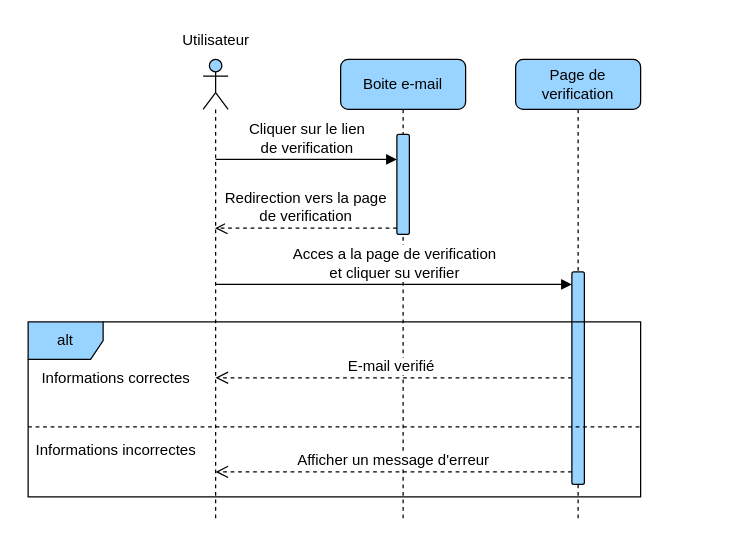
Earlier version of the draw.io diagram page "email-verification" (2 of 6) of diagrams/sequence.drawio (devlotfi/peage-pay). Source tidied: cells renumbered, new cells numbered last; positions are measured from the earlier drawing's top-left corner, leaving out a move shared by most shapes. Both pictures are drawn from the tidied source at 125%, with x=0, y=0 at pixel (21, 21).
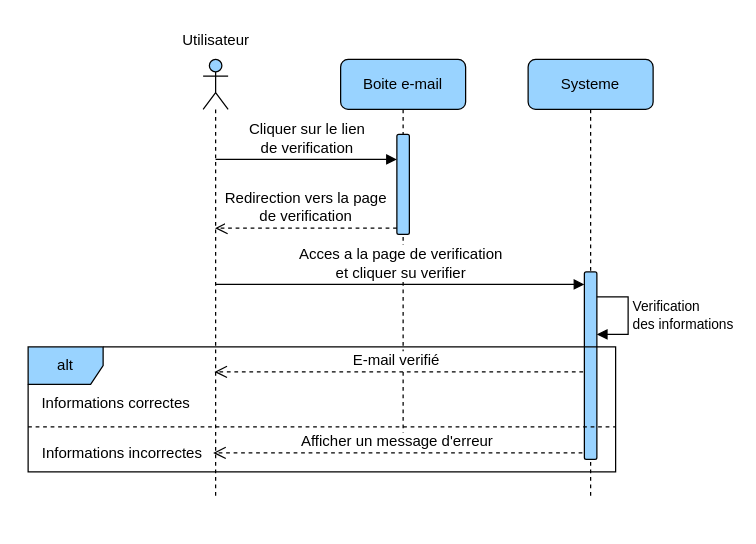
Above is the later version.

What changed in the source:
```diff
@@
     <mxCell id="2" style="shape=umlLifeline;perimeter=lifelinePerimeter;whiteSpace=wrap;html=1;outlineConnect=0;portConstraint=eastwest;newEdgeStyle={&quot;curved&quot;:0,&quot;rounded&quot;:0};participant=umlActor;rounded=1;strokeColor=default;align=center;verticalAlign=middle;fontFamily=Helvetica;fontSize=12;fontColor=default;fontStyle=0;fillColor=#99D3FF;" parent="1" vertex="1">
-      <mxGeometry x="145" y="30" width="20" height="370" as="geometry" />
+      <mxGeometry x="145" y="30" width="20" height="350" as="geometry" />
     </mxCell>
     <mxCell id="3" value="Boite e-mail" style="shape=umlLifeline;perimeter=lifelinePerimeter;whiteSpace=wrap;html=1;newEdgeStyle={&quot;curved&quot;:0,&quot;rounded&quot;:0};rounded=1;strokeColor=default;align=center;verticalAlign=middle;fontFamily=Helvetica;fontSize=12;fontColor=default;fontStyle=0;fillColor=#99D3FF;" parent="1" vertex="1">
-      <mxGeometry x="255" y="30" width="100" height="370" as="geometry" />
+      <mxGeometry x="255" y="30" width="100" height="310" as="geometry" />
     </mxCell>
@@
-    <mxCell id="5" value="Page de verification" style="shape=umlLifeline;perimeter=lifelinePerimeter;whiteSpace=wrap;html=1;newEdgeStyle={&quot;curved&quot;:0,&quot;rounded&quot;:0};rounded=1;strokeColor=default;align=center;verticalAlign=middle;fontFamily=Helvetica;fontSize=12;fontColor=default;fontStyle=0;fillColor=#99D3FF;" parent="1" vertex="1">
-      <mxGeometry x="395" y="30" width="100" height="370" as="geometry" />
+    <mxCell id="5" value="Systeme" style="shape=umlLifeline;perimeter=lifelinePerimeter;whiteSpace=wrap;html=1;newEdgeStyle={&quot;curved&quot;:0,&quot;rounded&quot;:0};rounded=1;strokeColor=default;align=center;verticalAlign=middle;fontFamily=Helvetica;fontSize=12;fontColor=default;fontStyle=0;fillColor=#99D3FF;" parent="1" vertex="1">
+      <mxGeometry x="405" y="30" width="100" height="350" as="geometry" />
     </mxCell>
     <mxCell id="6" style="html=1;points=[[0,0,0,0,5],[0,1,0,0,-5],[1,0,0,0,5],[1,1,0,0,-5]];perimeter=orthogonalPerimeter;outlineConnect=0;targetShapes=umlLifeline;portConstraint=eastwest;newEdgeStyle={&quot;curved&quot;:0,&quot;rounded&quot;:0};rounded=1;strokeColor=default;align=center;verticalAlign=middle;fontFamily=Helvetica;fontSize=12;fontColor=default;fontStyle=0;fillColor=#99D3FF;" parent="5" vertex="1">
-      <mxGeometry x="45" y="170" width="10" height="170" as="geometry" />
+      <mxGeometry x="45" y="170" width="10" height="150" as="geometry" />
     </mxCell>
+    <mxCell id="17" value="Verification&lt;div&gt;des informations&lt;/div&gt;" style="html=1;align=left;spacingLeft=2;endArrow=block;rounded=0;edgeStyle=orthogonalEdgeStyle;curved=0;rounded=0;" parent="5" edge="1" source="6" target="6">
+      <mxGeometry relative="1" as="geometry">
+        <Array as="points">
+          <mxPoint x="80" y="190" />
+          <mxPoint x="80" y="220" />
+        </Array>
+      </mxGeometry>
+    </mxCell>
@@
-    <mxCell id="10" value="E-mail verifié&amp;nbsp;" style="html=1;verticalAlign=bottom;endArrow=open;dashed=1;endSize=8;curved=0;rounded=0;fontFamily=Helvetica;fontSize=12;fontColor=default;fontStyle=0;" parent="1" edge="1" source="6">
+    <mxCell id="10" value="E-mail verifié&amp;nbsp;" style="html=1;verticalAlign=bottom;endArrow=open;dashed=1;endSize=8;curved=0;rounded=0;fontFamily=Helvetica;fontSize=12;fontColor=default;fontStyle=0;" parent="1" edge="1">
       <mxGeometry relative="1" as="geometry">
-        <mxPoint x="154.9" y="284.7" as="targetPoint" />
+        <mxPoint x="449" y="280" as="sourcePoint" />
+        <mxPoint x="154" y="280" as="targetPoint" />
       </mxGeometry>
     </mxCell>
     <mxCell id="11" value="alt" style="shape=umlFrame;whiteSpace=wrap;html=1;rounded=1;strokeColor=default;align=center;verticalAlign=middle;fontFamily=Helvetica;fontSize=12;fontColor=default;fontStyle=0;fillColor=#99D3FF;" parent="1" vertex="1">
-      <mxGeometry x="5" y="240" width="490" height="140" as="geometry" />
+      <mxGeometry x="5" y="260" width="470" height="100" as="geometry" />
     </mxCell>
     <mxCell id="12" value="Informations correctes" style="text;html=1;align=center;verticalAlign=middle;strokeColor=none;fillColor=none;fontFamily=Helvetica;fontSize=12;fontColor=default;fontStyle=0;" parent="1" vertex="1">
-      <mxGeometry x="5" y="270" width="140" height="30" as="geometry" />
+      <mxGeometry x="5" y="290" width="140" height="30" as="geometry" />
     </mxCell>
     <mxCell id="13" style="line;strokeWidth=1;fillColor=none;align=left;verticalAlign=middle;spacingTop=-1;spacingLeft=3;spacingRight=3;labelPosition=right;strokeColor=inherit;rounded=1;fontFamily=Helvetica;fontSize=12;fontColor=default;fontStyle=0;dashed=1;" parent="1" vertex="1">
-      <mxGeometry x="5" y="320" width="490" height="8" as="geometry" />
+      <mxGeometry x="5" y="320" width="470" height="8" as="geometry" />
     </mxCell>
     <mxCell id="14" value="Informations incorrectes" style="text;html=1;align=center;verticalAlign=middle;strokeColor=none;fillColor=none;fontFamily=Helvetica;fontSize=12;fontColor=default;fontStyle=0;" parent="1" vertex="1">
-      <mxGeometry y="328" width="150" height="30" as="geometry" />
+      <mxGeometry x="5" y="330" width="150" height="30" as="geometry" />
     </mxCell>
-    <mxCell id="15" value="Afficher un message d'erreur" style="html=1;verticalAlign=bottom;endArrow=open;dashed=1;endSize=8;curved=0;rounded=0;fontFamily=Helvetica;fontSize=12;fontColor=default;fontStyle=0;" parent="1" edge="1">
+    <mxCell id="15" value="Afficher un message d'erreur" style="html=1;verticalAlign=bottom;endArrow=open;dashed=1;endSize=8;curved=0;rounded=0;fontFamily=Helvetica;fontSize=12;fontColor=default;fontStyle=0;entryX=0.997;entryY=0.368;entryDx=0;entryDy=0;entryPerimeter=0;" parent="1" edge="1">
       <mxGeometry relative="1" as="geometry">
-        <mxPoint x="440" y="360" as="sourcePoint" />
-        <mxPoint x="154.9" y="360" as="targetPoint" />
+        <mxPoint x="448.4" y="344.8" as="sourcePoint" />
+        <mxPoint x="153" y="344.8" as="targetPoint" />
       </mxGeometry>
     </mxCell>
```
